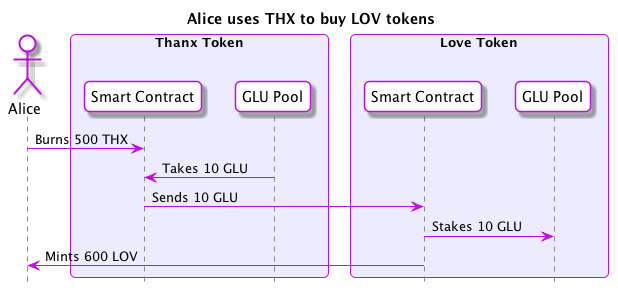
Before: flows/a-thx-to-lov-a.png, a diagram exported from PlantUML (gluon-project/gluon-specs). Source of this version:
```plantuml
@startuml
skinparam roundcorner 10
skinparam BoxPadding 10
skinparam headerFontColor #BD10E0
skinparam headerFontSize 18
skinparam sequence {
  ArrowColor #BD10E0
  GroupBackgroundColor #BD10E0
  GroupBorderColor #EDECFF
  GroupHeaderFontColor #ffffff
  BoxBorderColor #BD10E0
  BoxBackgroundColor #EDECFF
  BoxPadding 10

  ParticipantBorderColor #BD10E0
  ParticipantBackgroundColor #ffffff
  ParticipantPadding 10

  ActorBorderColor #BD10E0
  ActorBackgroundColor #ffffff
  EntityBorderColor #BD10E0
  EntityBackgroundColor #ffffff
  DatabaseBorderColor #BD10E0
  DatabaseBackgroundColor #ffffff

  LifeLineBorderColor #878787
}

hide footbox
title Alice uses THX to buy LOV tokens
actor Alice
box "Thanx Token"
  participant "Smart Contract" as ThanxSC
  participant "GLU Pool" as THXGLUPool
end box
box "Love Token"
  participant "Smart Contract" as LoveSC
  participant "GLU Pool" as LOVGLUPool
end box

Alice -> ThanxSC : Burns 500 THX
ThanxSC <- THXGLUPool : Takes 10 GLU
ThanxSC -> LoveSC : Sends 10 GLU
LoveSC -> LOVGLUPool : Stakes 10 GLU
LoveSC -> Alice : Mints 600 LOV
@enduml
```
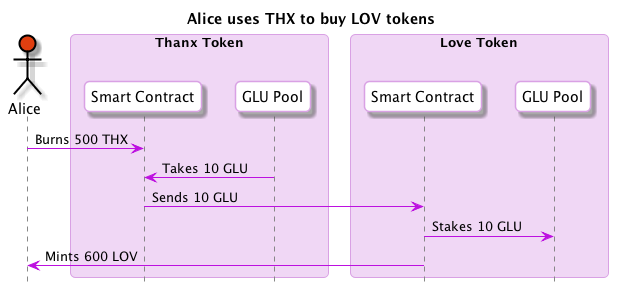
Later version of the same file.

What changed in the source:
```diff
@@ -5,30 +5,28 @@
 skinparam headerFontSize 18
 skinparam sequence {
   ArrowColor #BD10E0
-  GroupBackgroundColor #BD10E0
-  GroupBorderColor #EDECFF
-  GroupHeaderFontColor #ffffff
-  BoxBorderColor #BD10E0
-  BoxBackgroundColor #EDECFF
+
+  BoxBorderColor #D9A1E4
+  BoxBackgroundColor #F0D7F5
   BoxPadding 10
 
-  ParticipantBorderColor #BD10E0
+  ParticipantBorderColor #D9A1E4
   ParticipantBackgroundColor #ffffff
   ParticipantPadding 10
 
-  ActorBorderColor #BD10E0
+  ActorBorderColor #000000
   ActorBackgroundColor #ffffff
+
   EntityBorderColor #BD10E0
   EntityBackgroundColor #ffffff
-  DatabaseBorderColor #BD10E0
-  DatabaseBackgroundColor #ffffff
+
 
   LifeLineBorderColor #878787
 }
 
 hide footbox
 title Alice uses THX to buy LOV tokens
-actor Alice
+actor Alice #E03F10
 box "Thanx Token"
   participant "Smart Contract" as ThanxSC
   participant "GLU Pool" as THXGLUPool
```
